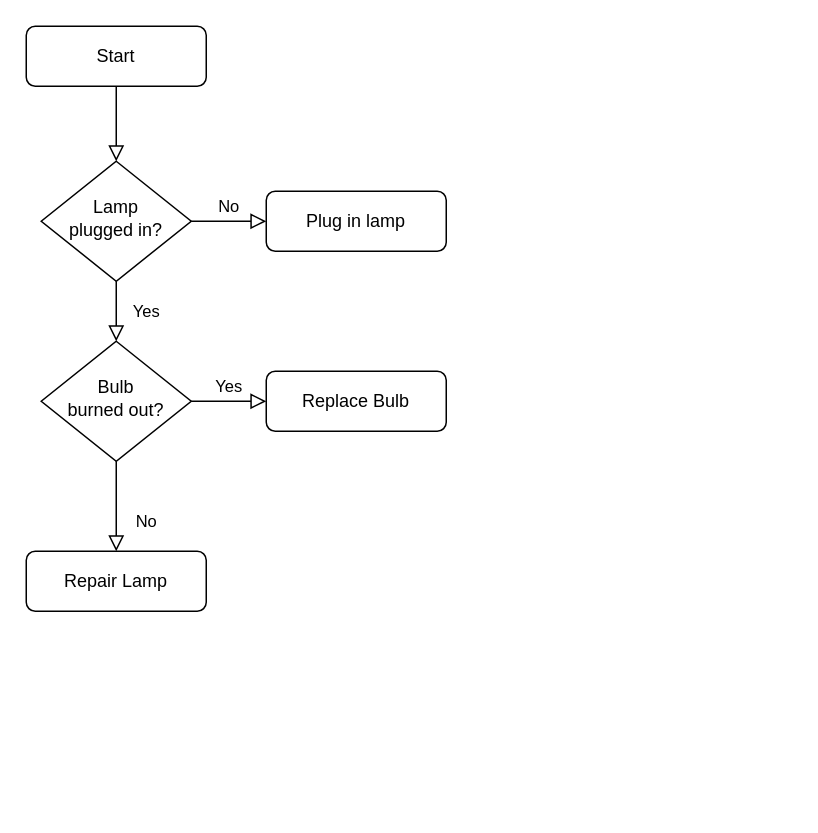
This is 未命名绘图.drawio from BuildingSiteBoy/gitTest, a draw.io file, before an edit. Source tidied: cells renumbered, new cells numbered last; positions are measured from the earlier drawing's top-left corner, leaving out a move shared by most shapes. Both pictures are drawn from the tidied source at 150%, with x=0, y=0 at pixel (26, 26).
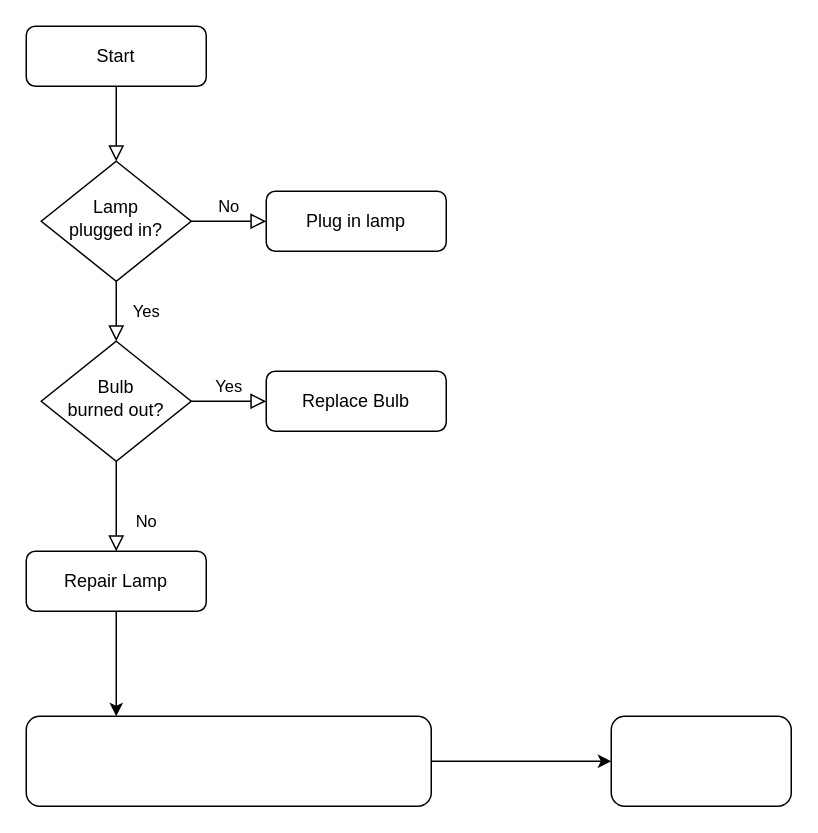
The same page after the edit.

The edit, as a diff of the source:
```diff
@@
 <mxGraphModel>
   <root>
     <mxCell id="0" />
     <mxCell id="1" parent="0" />
     <mxCell id="2" style="rounded=0;html=1;jettySize=auto;fontSize=11;endArrow=block;endFill=0;endSize=8;strokeWidth=1;shadow=0;labelBackgroundColor=none;edgeStyle=orthogonalEdgeStyle;" parent="1" edge="1" source="3" target="6">
       <mxGeometry relative="1" as="geometry" />
     </mxCell>
     <mxCell id="3" value="Start" style="rounded=1;whiteSpace=wrap;html=1;fontSize=12;glass=0;strokeWidth=1;shadow=0;" parent="1" vertex="1">
       <mxGeometry width="120" height="40" as="geometry" />
     </mxCell>
     <mxCell id="4" value="Yes" style="rounded=0;html=1;jettySize=auto;fontSize=11;endArrow=block;endFill=0;endSize=8;strokeWidth=1;shadow=0;labelBackgroundColor=none;edgeStyle=orthogonalEdgeStyle;" parent="1" edge="1" source="6" target="10">
       <mxGeometry y="20" relative="1" as="geometry" />
     </mxCell>
     <mxCell id="5" value="No" style="edgeStyle=orthogonalEdgeStyle;rounded=0;html=1;jettySize=auto;fontSize=11;endArrow=block;endFill=0;endSize=8;strokeWidth=1;shadow=0;labelBackgroundColor=none;" parent="1" edge="1" source="6" target="7">
       <mxGeometry y="10" relative="1" as="geometry" />
     </mxCell>
     <mxCell id="6" value="Lamp&lt;br&gt;plugged in?" style="rhombus;whiteSpace=wrap;html=1;shadow=0;fontFamily=Helvetica;fontSize=12;align=center;strokeWidth=1;spacing=6;spacingTop=-4;" parent="1" vertex="1">
       <mxGeometry x="10" y="90" width="100" height="80" as="geometry" />
     </mxCell>
     <mxCell id="7" value="Plug in lamp" style="rounded=1;whiteSpace=wrap;html=1;fontSize=12;glass=0;strokeWidth=1;shadow=0;" parent="1" vertex="1">
       <mxGeometry x="160" y="110" width="120" height="40" as="geometry" />
     </mxCell>
     <mxCell id="8" value="No" style="rounded=0;html=1;jettySize=auto;fontSize=11;endArrow=block;endFill=0;endSize=8;strokeWidth=1;shadow=0;labelBackgroundColor=none;edgeStyle=orthogonalEdgeStyle;" parent="1" edge="1" source="10" target="11">
       <mxGeometry x="0.33" y="20" relative="1" as="geometry" />
     </mxCell>
     <mxCell id="9" value="Yes" style="edgeStyle=orthogonalEdgeStyle;rounded=0;html=1;jettySize=auto;fontSize=11;endArrow=block;endFill=0;endSize=8;strokeWidth=1;shadow=0;labelBackgroundColor=none;" parent="1" edge="1" source="10" target="12">
       <mxGeometry y="10" relative="1" as="geometry" />
     </mxCell>
     <mxCell id="10" value="Bulb&lt;br&gt;burned out?" style="rhombus;whiteSpace=wrap;html=1;shadow=0;fontFamily=Helvetica;fontSize=12;align=center;strokeWidth=1;spacing=6;spacingTop=-4;" parent="1" vertex="1">
       <mxGeometry x="10" y="210" width="100" height="80" as="geometry" />
     </mxCell>
+    <mxCell id="13" style="edgeStyle=orthogonalEdgeStyle;rounded=0;jettySize=auto;html=1;exitX=0.5;exitY=1;exitDx=0;exitDy=0;" parent="1" edge="1" source="11">
+      <mxGeometry relative="1" as="geometry">
+        <mxPoint x="60" y="460" as="targetPoint" />
+      </mxGeometry>
+    </mxCell>
     <mxCell id="11" value="Repair Lamp" style="rounded=1;whiteSpace=wrap;html=1;fontSize=12;glass=0;strokeWidth=1;shadow=0;" parent="1" vertex="1">
       <mxGeometry y="350" width="120" height="40" as="geometry" />
     </mxCell>
     <mxCell id="12" value="Replace Bulb" style="rounded=1;whiteSpace=wrap;html=1;fontSize=12;glass=0;strokeWidth=1;shadow=0;" parent="1" vertex="1">
       <mxGeometry x="160" y="230" width="120" height="40" as="geometry" />
     </mxCell>
+    <mxCell id="14" style="edgeStyle=orthogonalEdgeStyle;rounded=0;jettySize=auto;html=1;" parent="1" edge="1" source="15">
+      <mxGeometry relative="1" as="geometry">
+        <mxPoint x="390" y="490" as="targetPoint" />
+      </mxGeometry>
+    </mxCell>
+    <mxCell id="15" style="rounded=1;whiteSpace=wrap;html=1;" parent="1" vertex="1">
+      <mxGeometry y="460" width="270" height="60" as="geometry" />
+    </mxCell>
+    <mxCell id="16" style="rounded=1;whiteSpace=wrap;html=1;" parent="1" vertex="1">
+      <mxGeometry x="390" y="460" width="120" height="60" as="geometry" />
+    </mxCell>
   </root>
 </mxGraphModel>
```
